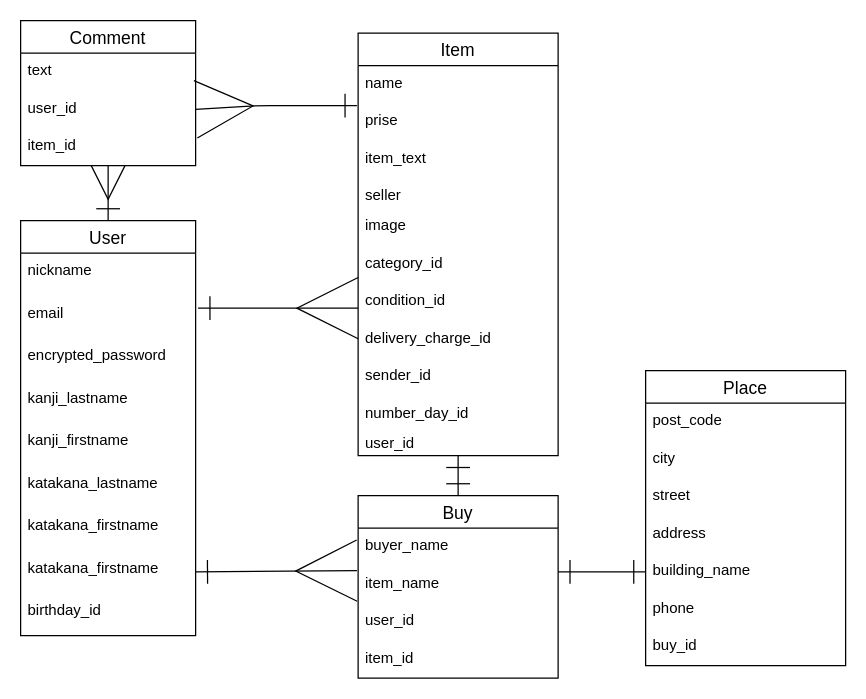
The draw.io diagram data.dio in shimitar/furima-38471, before the edit. Source tidied: cells renumbered, new cells numbered last; positions are measured from the earlier drawing's top-left corner, leaving out a move shared by most shapes. Both pictures are drawn from the tidied source at 125%, with x=0, y=0 at pixel (20, 20).
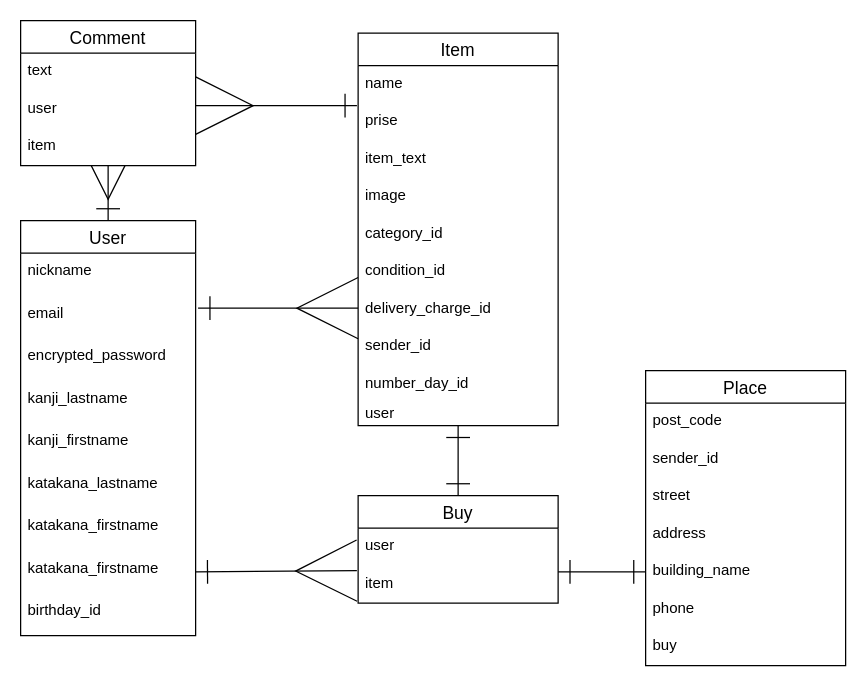
After the change.

Commit message (it also covers changes not shown here):
データベース設計　修正2

Unchanged cells that the change refers to:
```xml
<mxCell id="11" value="katakana_firstname" style="text;strokeColor=none;fillColor=none;spacingLeft=4;spacingRight=4;overflow=hidden;points=[[0,0.5],[1,0.5]];portConstraint=eastwest;fontSize=12;" parent="3" vertex="1">
  <mxGeometry y="264" width="140" height="34" as="geometry" />
</mxCell>
<mxCell id="17" value="prise" style="text;strokeColor=none;fillColor=none;spacingLeft=4;spacingRight=4;overflow=hidden;points=[[0,0.5],[1,0.5]];portConstraint=eastwest;fontSize=12;" parent="15" vertex="1">
  <mxGeometry y="56" width="160" height="30" as="geometry" />
</mxCell>
<mxCell id="33" value="Place" style="swimlane;fontStyle=0;horizontal=1;startSize=26;align=center;fontSize=14;" parent="1" vertex="1">
  <mxGeometry x="500" y="280" width="160" height="236" as="geometry" />
</mxCell>
<mxCell id="42" value="Comment" style="swimlane;fontStyle=0;horizontal=1;startSize=26;align=center;fontSize=14;" parent="1" vertex="1">
  <mxGeometry width="140" height="116" as="geometry" />
</mxCell>
```

What changed in the source:
```diff
@@
-    <mxCell id="13" style="edgeStyle=none;html=1;entryX=1;entryY=0.5;entryDx=0;entryDy=0;startArrow=ERone;startFill=0;endArrow=ERmany;endFill=0;startSize=17;endSize=44;strokeColor=default;exitX=-0.006;exitY=0.067;exitDx=0;exitDy=0;exitPerimeter=0;" parent="1" edge="1" source="17" target="44">
+    <mxCell id="13" style="edgeStyle=none;html=1;startArrow=ERone;startFill=0;endArrow=ERmany;endFill=0;startSize=17;endSize=44;strokeColor=default;exitX=-0.006;exitY=0.067;exitDx=0;exitDy=0;exitPerimeter=0;" parent="1" edge="1" source="17">
       <mxGeometry relative="1" as="geometry">
+        <mxPoint x="140" y="68" as="targetPoint" />
         <Array as="points">
           <mxPoint x="190" y="68" />
         </Array>
       </mxGeometry>
     </mxCell>
@@
     <mxCell id="15" value="Item" style="swimlane;fontStyle=0;horizontal=1;startSize=26;align=center;fontSize=14;" parent="1" vertex="1">
-      <mxGeometry x="270" y="10" width="160" height="338" as="geometry" />
+      <mxGeometry x="270" y="10" width="160" height="314" as="geometry" />
     </mxCell>
@@
-    <mxCell id="19" value="seller" style="text;strokeColor=none;fillColor=none;spacingLeft=4;spacingRight=4;overflow=hidden;fontSize=12;" parent="15" vertex="1">
-      <mxGeometry y="116" width="160" height="24" as="geometry" />
-    </mxCell>
     <mxCell id="20" value="image" style="text;strokeColor=none;fillColor=none;spacingLeft=4;spacingRight=4;overflow=hidden;fontSize=12;" parent="15" vertex="1">
-      <mxGeometry y="140" width="160" height="30" as="geometry" />
+      <mxGeometry y="116" width="160" height="30" as="geometry" />
     </mxCell>
     <mxCell id="21" value="category_id" style="text;strokeColor=none;fillColor=none;spacingLeft=4;spacingRight=4;overflow=hidden;fontSize=12;" parent="15" vertex="1">
-      <mxGeometry y="170" width="160" height="30" as="geometry" />
+      <mxGeometry y="146" width="160" height="30" as="geometry" />
     </mxCell>
     <mxCell id="22" value="condition_id" style="text;strokeColor=none;fillColor=none;spacingLeft=4;spacingRight=4;overflow=hidden;fontSize=12;" parent="15" vertex="1">
-      <mxGeometry y="200" width="160" height="30" as="geometry" />
+      <mxGeometry y="176" width="160" height="30" as="geometry" />
     </mxCell>
     <mxCell id="23" value="delivery_charge_id" style="text;strokeColor=none;fillColor=none;spacingLeft=4;spacingRight=4;overflow=hidden;fontSize=12;" parent="15" vertex="1">
-      <mxGeometry y="230" width="160" height="30" as="geometry" />
+      <mxGeometry y="206" width="160" height="30" as="geometry" />
     </mxCell>
     <mxCell id="24" value="sender_id" style="text;strokeColor=none;fillColor=none;spacingLeft=4;spacingRight=4;overflow=hidden;fontSize=12;" parent="15" vertex="1">
-      <mxGeometry y="260" width="160" height="30" as="geometry" />
+      <mxGeometry y="236" width="160" height="30" as="geometry" />
     </mxCell>
     <mxCell id="25" value="number_day_id" style="text;strokeColor=none;fillColor=none;spacingLeft=4;spacingRight=4;overflow=hidden;fontSize=12;" parent="15" vertex="1">
-      <mxGeometry y="290" width="160" height="24" as="geometry" />
+      <mxGeometry y="266" width="160" height="24" as="geometry" />
     </mxCell>
-    <mxCell id="26" value="user_id" style="text;strokeColor=none;fillColor=none;spacingLeft=4;spacingRight=4;overflow=hidden;fontSize=12;" parent="15" vertex="1">
-      <mxGeometry y="314" width="160" height="24" as="geometry" />
+    <mxCell id="26" value="user" style="text;strokeColor=none;fillColor=none;spacingLeft=4;spacingRight=4;overflow=hidden;fontSize=12;" parent="15" vertex="1">
+      <mxGeometry y="290" width="160" height="24" as="geometry" />
     </mxCell>
@@
     <mxCell id="28" value="Buy" style="swimlane;fontStyle=0;horizontal=1;startSize=26;align=center;fontSize=14;" parent="1" vertex="1">
-      <mxGeometry x="270" y="380" width="160" height="146" as="geometry" />
+      <mxGeometry x="270" y="380" width="160" height="86" as="geometry" />
     </mxCell>
-    <mxCell id="29" value="buyer_name" style="text;strokeColor=none;fillColor=none;spacingLeft=4;spacingRight=4;overflow=hidden;points=[[0,0.5],[1,0.5]];portConstraint=eastwest;fontSize=12;" parent="28" vertex="1">
-      <mxGeometry y="26" width="160" height="30" as="geometry" />
-    </mxCell>
-    <mxCell id="30" value="item_name" style="text;strokeColor=none;fillColor=none;spacingLeft=4;spacingRight=4;overflow=hidden;fontSize=12;" parent="28" vertex="1">
-      <mxGeometry y="56" width="160" height="30" as="geometry" />
-    </mxCell>
-    <mxCell id="31" value="user_id" style="text;strokeColor=none;fillColor=none;spacingLeft=4;spacingRight=4;overflow=hidden;fontSize=12;" parent="28" vertex="1">
-      <mxGeometry y="86" width="160" height="30" as="geometry" />
+    <mxCell id="31" value="user" style="text;strokeColor=none;fillColor=none;spacingLeft=4;spacingRight=4;overflow=hidden;fontSize=12;" parent="28" vertex="1">
+      <mxGeometry y="26" width="160" height="30" as="geometry" />
     </mxCell>
-    <mxCell id="32" value="item_id" style="text;strokeColor=none;fillColor=none;spacingLeft=4;spacingRight=4;overflow=hidden;fontSize=12;" parent="28" vertex="1">
-      <mxGeometry y="116" width="160" height="30" as="geometry" />
+    <mxCell id="32" value="item" style="text;strokeColor=none;fillColor=none;spacingLeft=4;spacingRight=4;overflow=hidden;fontSize=12;" parent="28" vertex="1">
+      <mxGeometry y="56" width="160" height="30" as="geometry" />
     </mxCell>
@@
-    <mxCell id="35" value="city" style="text;strokeColor=none;fillColor=none;spacingLeft=4;spacingRight=4;overflow=hidden;fontSize=12;" parent="33" vertex="1">
+    <mxCell id="35" value="sender_id" style="text;strokeColor=none;fillColor=none;spacingLeft=4;spacingRight=4;overflow=hidden;fontSize=12;" parent="33" vertex="1">
       <mxGeometry y="56" width="160" height="30" as="geometry" />
     </mxCell>
@@
-    <mxCell id="40" value="buy_id" style="text;strokeColor=none;fillColor=none;spacingLeft=4;spacingRight=4;overflow=hidden;fontSize=12;" parent="33" vertex="1">
+    <mxCell id="40" value="buy" style="text;strokeColor=none;fillColor=none;spacingLeft=4;spacingRight=4;overflow=hidden;fontSize=12;" parent="33" vertex="1">
       <mxGeometry y="206" width="160" height="30" as="geometry" />
     </mxCell>
@@
-    <mxCell id="44" value="user_id" style="text;strokeColor=none;fillColor=none;spacingLeft=4;spacingRight=4;overflow=hidden;points=[[0,0.5],[1,0.5]];portConstraint=eastwest;fontSize=12;" parent="42" vertex="1">
+    <mxCell id="44" value="user" style="text;strokeColor=none;fillColor=none;spacingLeft=4;spacingRight=4;overflow=hidden;points=[[0,0.5],[1,0.5]];portConstraint=eastwest;fontSize=12;" parent="42" vertex="1">
       <mxGeometry y="56" width="140" height="30" as="geometry" />
     </mxCell>
-    <mxCell id="45" value="item_id" style="text;strokeColor=none;fillColor=none;spacingLeft=4;spacingRight=4;overflow=hidden;points=[[0,0.5],[1,0.5]];portConstraint=eastwest;fontSize=12;" parent="42" vertex="1">
+    <mxCell id="45" value="item" style="text;strokeColor=none;fillColor=none;spacingLeft=4;spacingRight=4;overflow=hidden;points=[[0,0.5],[1,0.5]];portConstraint=eastwest;fontSize=12;" parent="42" vertex="1">
       <mxGeometry y="86" width="140" height="30" as="geometry" />
     </mxCell>
-    <mxCell id="46" style="edgeStyle=none;html=1;startArrow=ERone;startFill=0;endArrow=ERmany;endFill=0;startSize=17;endSize=47;strokeColor=default;exitX=1;exitY=0.5;exitDx=0;exitDy=0;entryX=-0.006;entryY=1.133;entryDx=0;entryDy=0;entryPerimeter=0;" parent="1" edge="1" source="11" target="29">
-      <mxGeometry relative="1" as="geometry" />
+    <mxCell id="46" style="edgeStyle=none;html=1;startArrow=ERone;startFill=0;endArrow=ERmany;endFill=0;startSize=17;endSize=47;strokeColor=default;exitX=1;exitY=0.5;exitDx=0;exitDy=0;entryX=-0.006;entryY=1.133;entryDx=0;entryDy=0;entryPerimeter=0;" parent="1" edge="1" source="11">
+      <mxGeometry relative="1" as="geometry">
+        <mxPoint x="269" y="440" as="targetPoint" />
+      </mxGeometry>
     </mxCell>
```
